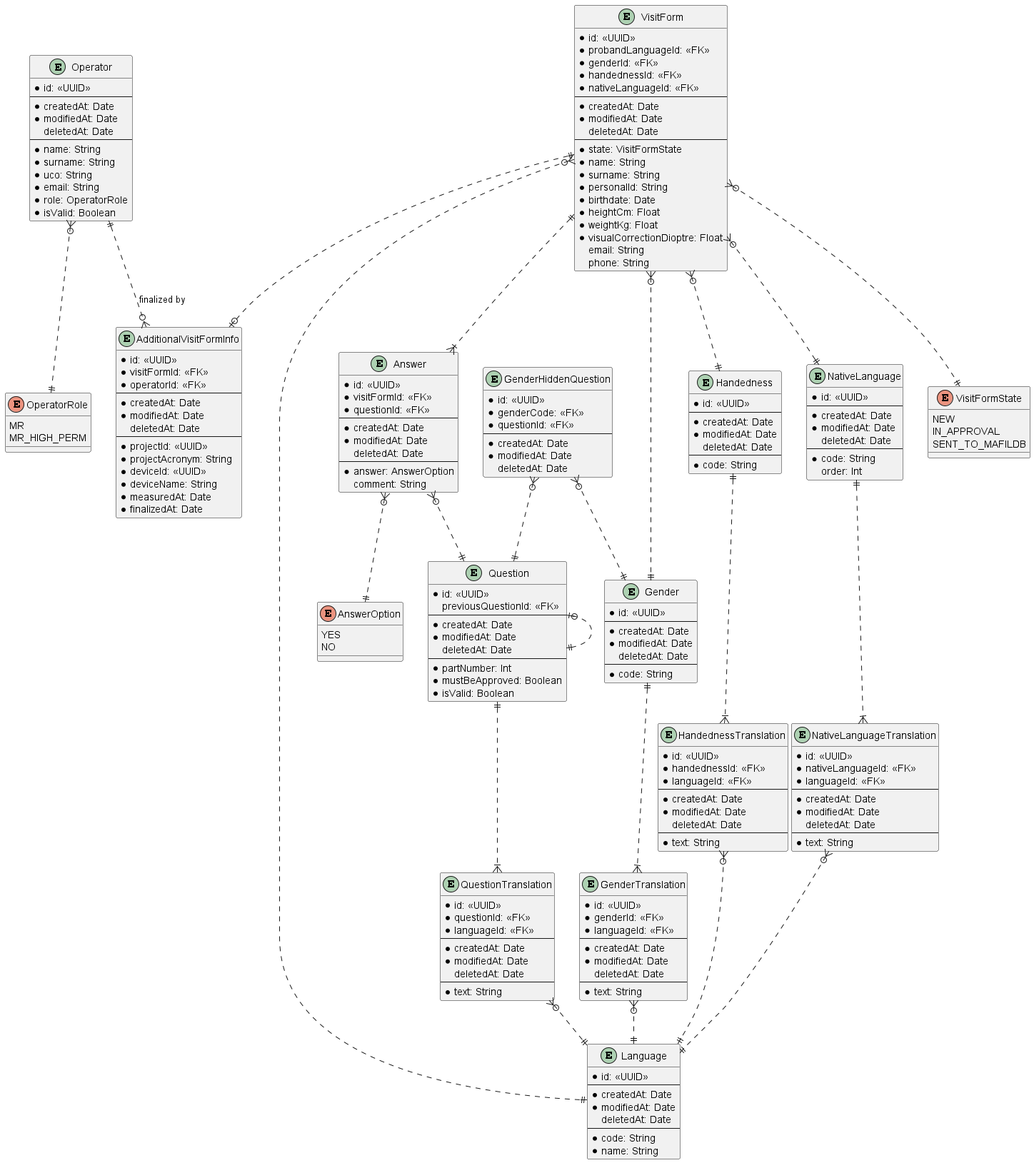
This is docs/ERD.png from lukas-kratochvil/mafil-proband-safety-questionnaire, a PlantUML export, as it was before one commit.
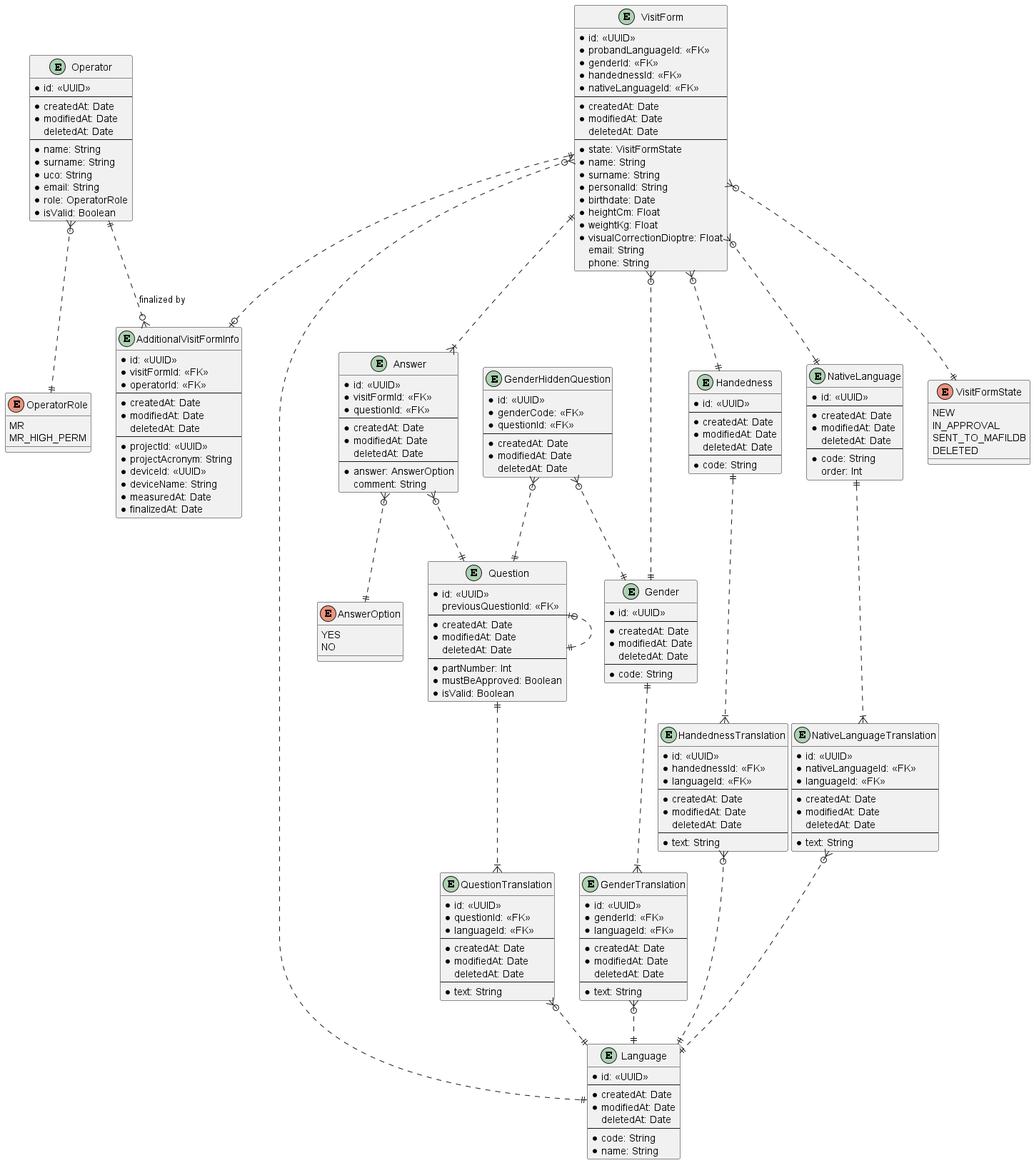
After the commit.

Commit message:
fix: added missing VisitFormState state to the ERD

Diff of the diagram source:
```diff
@@ -47,6 +47,7 @@
   NEW
   IN_APPROVAL
   SENT_TO_MAFILDB
+  DELETED
 }
 
 entity AdditionalVisitFormInfo {
```
